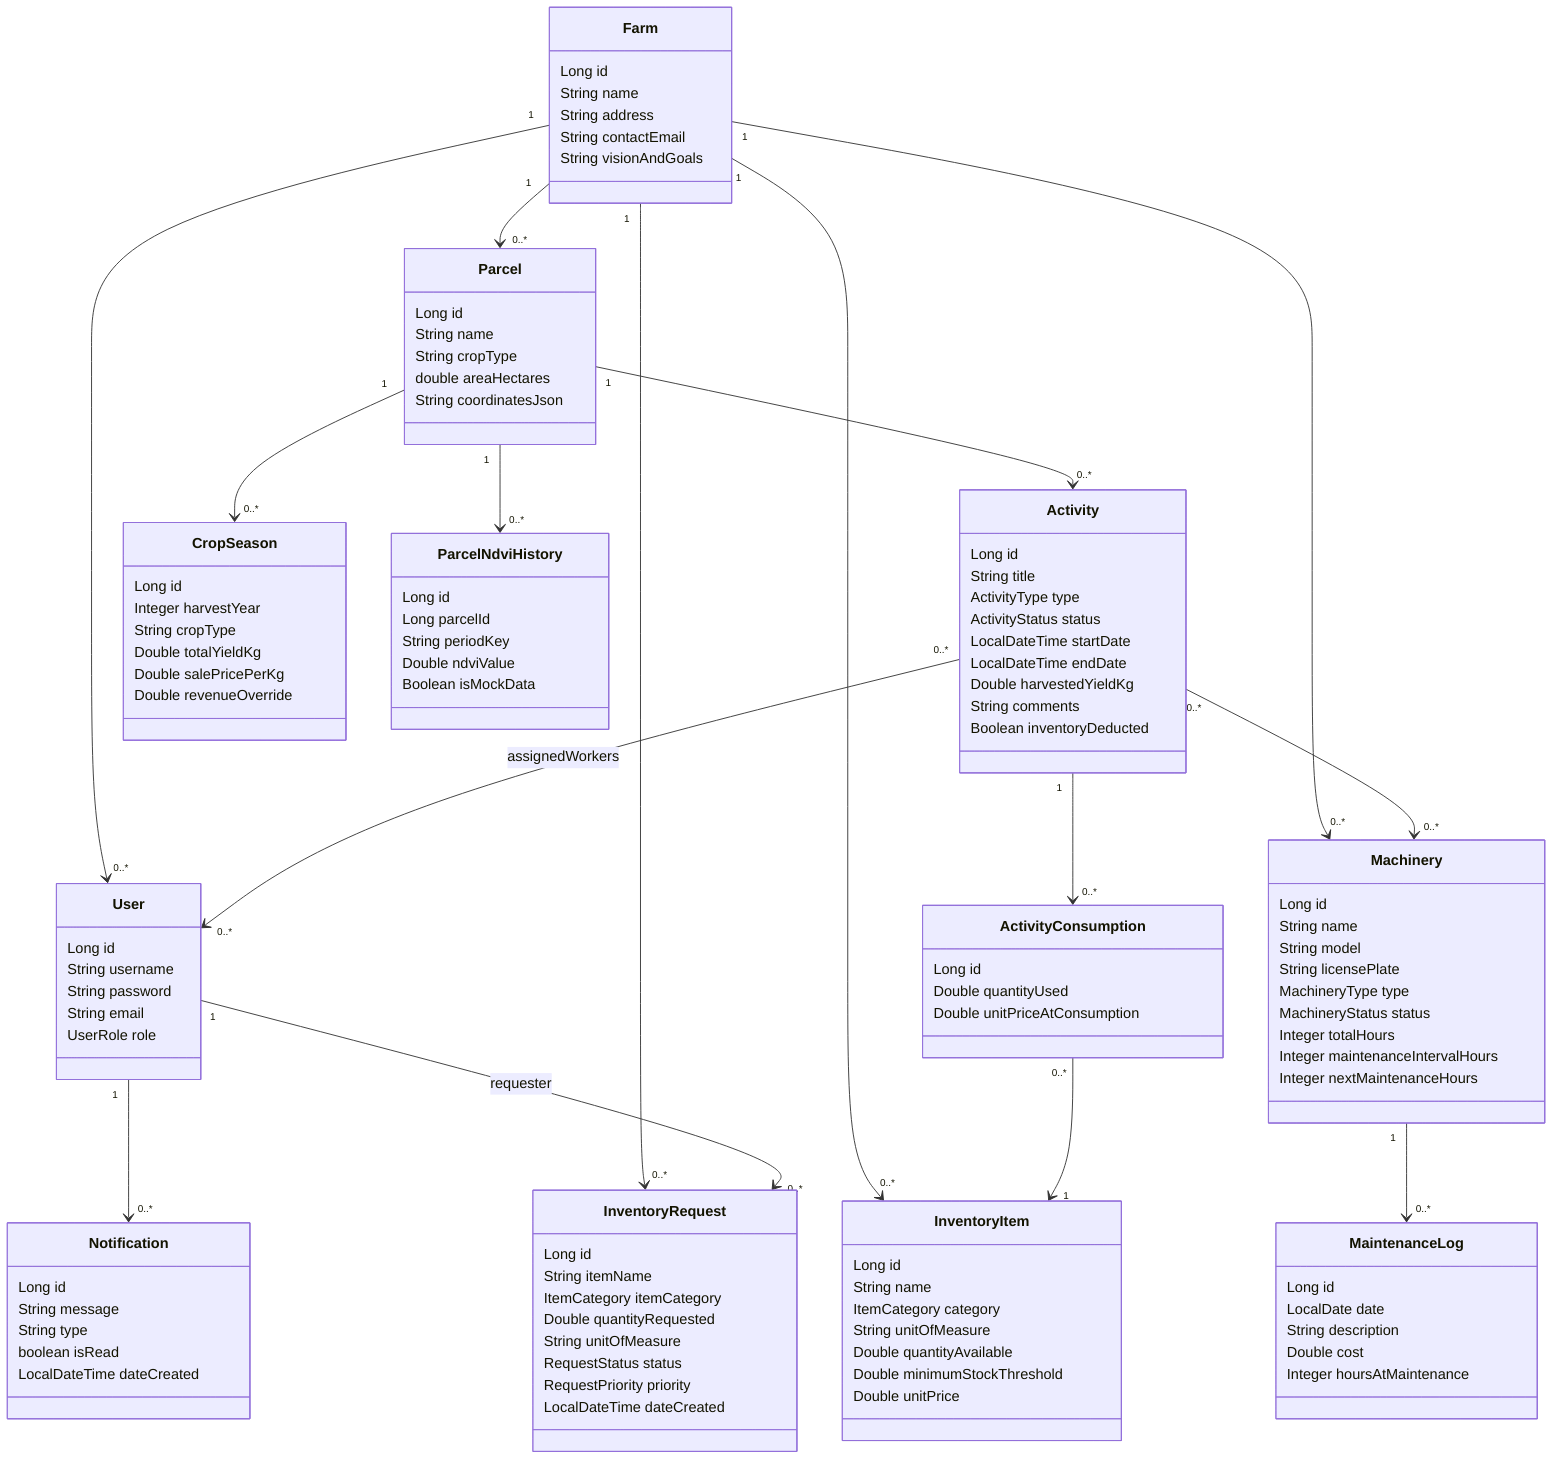
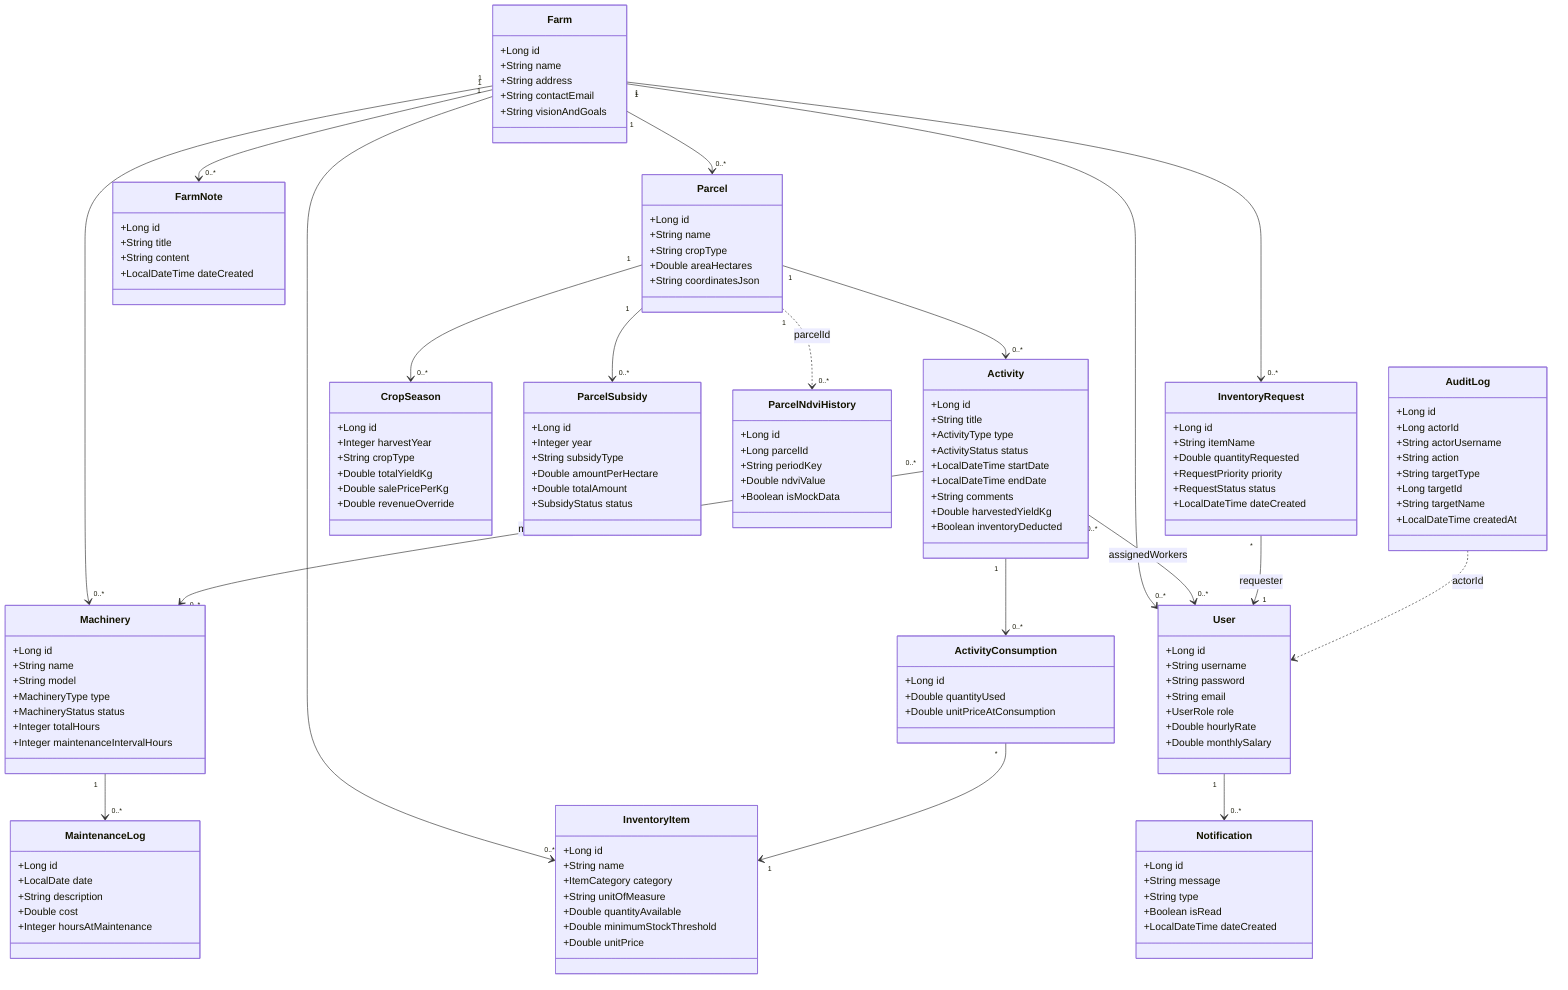
classDiagram
    class Farm {
-         Long id
-         String name
-         String address
-         String contactEmail
-         String visionAndGoals
+         +Long id
+         +String name
+         +String address
+         +String contactEmail
+         +String visionAndGoals
    }
+ 
    class User {
-         Long id
-         String username
-         String password
-         String email
-         UserRole role
+         +Long id
+         +String username
+         +String password
+         +String email
+         +UserRole role
+         +Double hourlyRate
+         +Double monthlySalary
    }
+ 
    class Parcel {
-         Long id
-         String name
-         String cropType
-         double areaHectares
-         String coordinatesJson
+         +Long id
+         +String name
+         +String cropType
+         +Double areaHectares
+         +String coordinatesJson
    }
+ 
    class Activity {
-         Long id
-         String title
-         ActivityType type
-         ActivityStatus status
-         LocalDateTime startDate
-         LocalDateTime endDate
-         Double harvestedYieldKg
-         String comments
-         Boolean inventoryDeducted
+         +Long id
+         +String title
+         +ActivityType type
+         +ActivityStatus status
+         +LocalDateTime startDate
+         +LocalDateTime endDate
+         +String comments
+         +Double harvestedYieldKg
+         +Boolean inventoryDeducted
    }
+ 
    class ActivityConsumption {
-         Long id
-         Double quantityUsed
-         Double unitPriceAtConsumption
+         +Long id
+         +Double quantityUsed
+         +Double unitPriceAtConsumption
    }
+ 
    class InventoryItem {
-         Long id
-         String name
-         ItemCategory category
-         String unitOfMeasure
-         Double quantityAvailable
-         Double minimumStockThreshold
-         Double unitPrice
+         +Long id
+         +String name
+         +ItemCategory category
+         +String unitOfMeasure
+         +Double quantityAvailable
+         +Double minimumStockThreshold
+         +Double unitPrice
    }
+ 
    class InventoryRequest {
-         Long id
-         String itemName
-         ItemCategory itemCategory
-         Double quantityRequested
-         String unitOfMeasure
-         RequestStatus status
-         RequestPriority priority
-         LocalDateTime dateCreated
+         +Long id
+         +String itemName
+         +Double quantityRequested
+         +RequestPriority priority
+         +RequestStatus status
+         +LocalDateTime dateCreated
    }
+ 
    class Machinery {
-         Long id
-         String name
-         String model
-         String licensePlate
-         MachineryType type
-         MachineryStatus status
-         Integer totalHours
-         Integer maintenanceIntervalHours
-         Integer nextMaintenanceHours
+         +Long id
+         +String name
+         +String model
+         +MachineryType type
+         +MachineryStatus status
+         +Integer totalHours
+         +Integer maintenanceIntervalHours
    }
+ 
    class MaintenanceLog {
-         Long id
-         LocalDate date
-         String description
-         Double cost
-         Integer hoursAtMaintenance
+         +Long id
+         +LocalDate date
+         +String description
+         +Double cost
+         +Integer hoursAtMaintenance
    }
+ 
    class CropSeason {
-         Long id
-         Integer harvestYear
-         String cropType
-         Double totalYieldKg
-         Double salePricePerKg
-         Double revenueOverride
+         +Long id
+         +Integer harvestYear
+         +String cropType
+         +Double totalYieldKg
+         +Double salePricePerKg
+         +Double revenueOverride
    }
+ 
+     class ParcelSubsidy {
+         +Long id
+         +Integer year
+         +String subsidyType
+         +Double amountPerHectare
+         +Double totalAmount
+         +SubsidyStatus status
+     }
+ 
+     class ParcelNdviHistory {
+         +Long id
+         +Long parcelId
+         +String periodKey
+         +Double ndviValue
+         +Boolean isMockData
+     }
+ 
+     class FarmNote {
+         +Long id
+         +String title
+         +String content
+         +LocalDateTime dateCreated
+     }
+ 
    class Notification {
-         Long id
-         String message
-         String type
-         boolean isRead
-         LocalDateTime dateCreated
+         +Long id
+         +String message
+         +String type
+         +Boolean isRead
+         +LocalDateTime dateCreated
    }
-     class ParcelNdviHistory {
-         Long id
-         Long parcelId
-         String periodKey
-         Double ndviValue
-         Boolean isMockData
+ 
+     class AuditLog {
+         +Long id
+         +Long actorId
+         +String actorUsername
+         +String action
+         +String targetType
+         +Long targetId
+         +String targetName
+         +LocalDateTime createdAt
    }

    Farm "1" --> "0..*" User
    Farm "1" --> "0..*" Parcel
    Farm "1" --> "0..*" InventoryItem
    Farm "1" --> "0..*" InventoryRequest
    Farm "1" --> "0..*" Machinery
+     Farm "1" --> "0..*" FarmNote
+ 
    Parcel "1" --> "0..*" Activity
    Parcel "1" --> "0..*" CropSeason
-     Parcel "1" --> "0..*" ParcelNdviHistory
+     Parcel "1" --> "0..*" ParcelSubsidy
+     Parcel "1" ..> "0..*" ParcelNdviHistory : parcelId
+ 
+     Activity "0..*" --> "0..*" User : assignedWorkers
+     Activity "0..*" --> "0..*" Machinery : machineries
    Activity "1" --> "0..*" ActivityConsumption
-     Activity "0..*" --> "0..*" User : assignedWorkers
-     Activity "0..*" --> "0..*" Machinery
-     ActivityConsumption "0..*" --> "1" InventoryItem
+     ActivityConsumption "*" --> "1" InventoryItem
+ 
+     InventoryRequest "*" --> "1" User : requester
    Machinery "1" --> "0..*" MaintenanceLog
    User "1" --> "0..*" Notification
-     User "1" --> "0..*" InventoryRequest : requester
+     AuditLog ..> User : actorId
